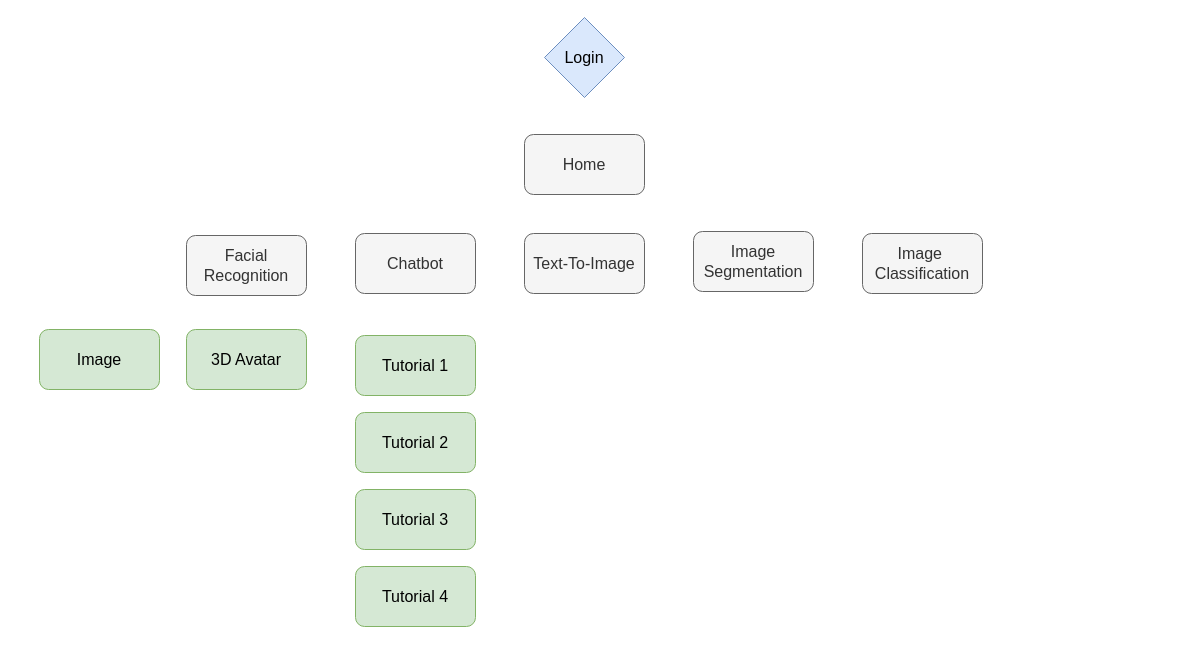
Before: flow-chart.drawio in EricTsai83/drawio, a draw.io diagram. Source tidied: cells renumbered, new cells numbered last; positions are measured from the earlier drawing's top-left corner, leaving out a move shared by most shapes. Both pictures are drawn from the tidied source at 100%, with x=0, y=0 at pixel (39, 17).
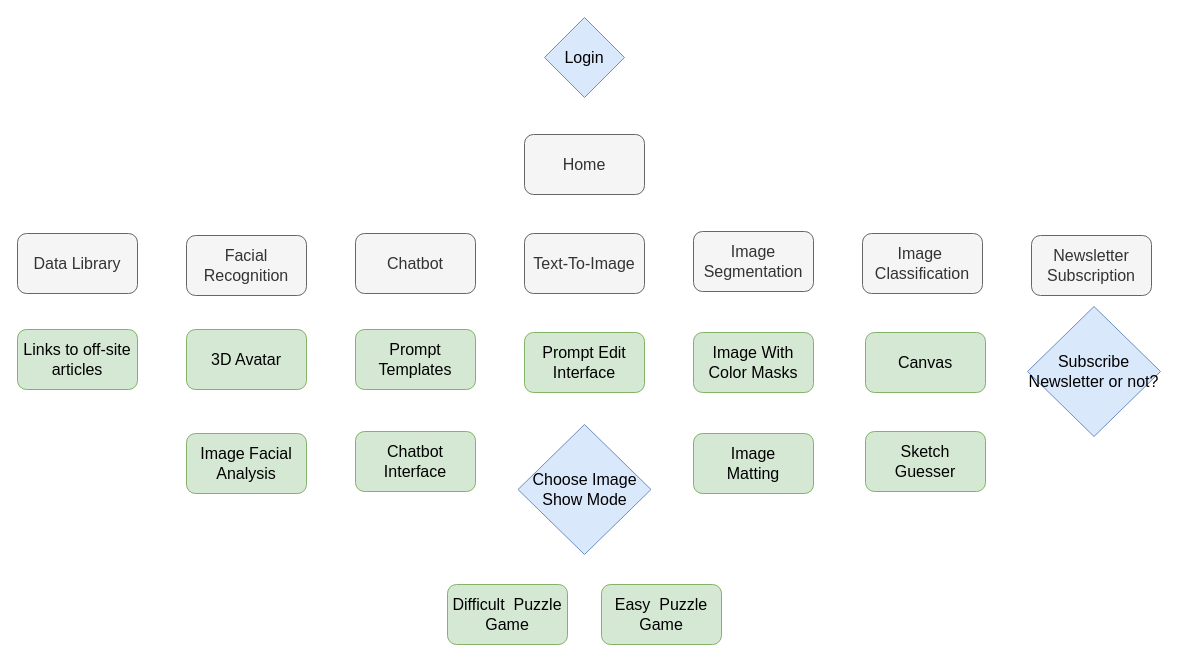
The same page after the edit.

Diff of the diagram source:
```diff
@@
-    <mxCell id="10" value="Image" style="rounded=1;whiteSpace=wrap;html=1;fontSize=16;fillColor=#d5e8d4;strokeColor=#82b366;" parent="1" vertex="1">
-      <mxGeometry y="312" width="120" height="60" as="geometry" />
+    <mxCell id="10" value="Image Facial Analysis" style="rounded=1;whiteSpace=wrap;html=1;fontSize=16;fillColor=#d5e8d4;strokeColor=#82b366;" parent="1" vertex="1">
+      <mxGeometry x="147" y="416" width="120" height="60" as="geometry" />
     </mxCell>
-    <mxCell id="11" value="Tutorial 1" style="rounded=1;whiteSpace=wrap;html=1;fontSize=16;fillColor=#d5e8d4;strokeColor=#82b366;" parent="1" vertex="1">
-      <mxGeometry x="316" y="318" width="120" height="60" as="geometry" />
+    <mxCell id="11" value="&lt;p style=&quot;line-height: 120%;&quot;&gt;&lt;font style=&quot;font-size: 16px;&quot;&gt;Prompt Templates&lt;/font&gt;&lt;br&gt;&lt;/p&gt;" style="rounded=1;whiteSpace=wrap;html=1;fontSize=16;fillColor=#d5e8d4;strokeColor=#82b366;" parent="1" vertex="1">
+      <mxGeometry x="316" y="312" width="120" height="60" as="geometry" />
     </mxCell>
-    <mxCell id="12" value="Tutorial 2" style="rounded=1;whiteSpace=wrap;html=1;fontSize=16;fillColor=#d5e8d4;strokeColor=#82b366;" parent="1" vertex="1">
-      <mxGeometry x="316" y="395" width="120" height="60" as="geometry" />
-    </mxCell>
-    <mxCell id="13" value="Tutorial 3" style="rounded=1;whiteSpace=wrap;html=1;fontSize=16;fillColor=#d5e8d4;strokeColor=#82b366;" parent="1" vertex="1">
-      <mxGeometry x="316" y="472" width="120" height="60" as="geometry" />
-    </mxCell>
-    <mxCell id="14" value="Tutorial 4" style="rounded=1;whiteSpace=wrap;html=1;fontSize=16;fillColor=#d5e8d4;strokeColor=#82b366;" parent="1" vertex="1">
-      <mxGeometry x="316" y="549" width="120" height="60" as="geometry" />
-    </mxCell>
+    <mxCell id="15" value="Difficult&amp;nbsp; Puzzle Game" style="rounded=1;whiteSpace=wrap;html=1;fontSize=16;fillColor=#d5e8d4;strokeColor=#82b366;" parent="1" vertex="1">
+      <mxGeometry x="408" y="567" width="120" height="60" as="geometry" />
+    </mxCell>
+    <mxCell id="16" value="&lt;font style=&quot;font-size: 16px;&quot;&gt;Image With Color Masks&lt;/font&gt;" style="rounded=1;whiteSpace=wrap;html=1;fontSize=16;fillColor=#d5e8d4;strokeColor=#82b366;" parent="1" vertex="1">
+      <mxGeometry x="654" y="315" width="120" height="60" as="geometry" />
+    </mxCell>
+    <mxCell id="17" value="Image &lt;br&gt;Matting" style="rounded=1;whiteSpace=wrap;html=1;fontSize=16;fillColor=#d5e8d4;strokeColor=#82b366;" parent="1" vertex="1">
+      <mxGeometry x="654" y="416" width="120" height="60" as="geometry" />
+    </mxCell>
+    <mxCell id="18" value="&lt;p style=&quot;line-height: 120%;&quot;&gt;&lt;font style=&quot;font-size: 16px;&quot;&gt;Chatbot Interface&lt;/font&gt;&lt;br&gt;&lt;/p&gt;" style="rounded=1;whiteSpace=wrap;html=1;fontSize=16;fillColor=#d5e8d4;strokeColor=#82b366;" parent="1" vertex="1">
+      <mxGeometry x="316" y="414" width="120" height="60" as="geometry" />
+    </mxCell>
+    <mxCell id="19" value="Canvas" style="rounded=1;whiteSpace=wrap;html=1;fontSize=16;fillColor=#d5e8d4;strokeColor=#82b366;" parent="1" vertex="1">
+      <mxGeometry x="826" y="315" width="120" height="60" as="geometry" />
+    </mxCell>
+    <mxCell id="20" value="Newsletter Subscription" style="rounded=1;whiteSpace=wrap;html=1;fontSize=16;fillColor=#f5f5f5;fontColor=#333333;strokeColor=#666666;" parent="1" vertex="1">
+      <mxGeometry x="992" y="218" width="120" height="60" as="geometry" />
+    </mxCell>
+    <mxCell id="21" value="Sketch &lt;br&gt;Guesser" style="rounded=1;whiteSpace=wrap;html=1;fontSize=16;fillColor=#d5e8d4;strokeColor=#82b366;" parent="1" vertex="1">
+      <mxGeometry x="826" y="414" width="120" height="60" as="geometry" />
+    </mxCell>
+    <mxCell id="22" value="&lt;font style=&quot;font-size: 16px;&quot;&gt;Prompt Edit Interface&lt;/font&gt;" style="rounded=1;whiteSpace=wrap;html=1;fontSize=16;fillColor=#d5e8d4;strokeColor=#82b366;" parent="1" vertex="1">
+      <mxGeometry x="485" y="315" width="120" height="60" as="geometry" />
+    </mxCell>
+    <mxCell id="23" value="Choose Image Show Mode" style="rhombus;whiteSpace=wrap;html=1;fontSize=16;fillColor=#dae8fc;strokeColor=#6c8ebf;rounded=0;" parent="1" vertex="1">
+      <mxGeometry x="478.5" y="407" width="133" height="130" as="geometry" />
+    </mxCell>
+    <mxCell id="24" value="Easy&amp;nbsp; Puzzle Game" style="rounded=1;whiteSpace=wrap;html=1;fontSize=16;fillColor=#d5e8d4;strokeColor=#82b366;" parent="1" vertex="1">
+      <mxGeometry x="562" y="567" width="120" height="60" as="geometry" />
+    </mxCell>
+    <mxCell id="25" value="Data Library" style="rounded=1;whiteSpace=wrap;html=1;fontSize=16;fillColor=#f5f5f5;fontColor=#333333;strokeColor=#666666;" parent="1" vertex="1">
+      <mxGeometry x="-22" y="216" width="120" height="60" as="geometry" />
+    </mxCell>
+    <mxCell id="26" value="Links to off-site articles" style="rounded=1;whiteSpace=wrap;html=1;fontSize=16;fillColor=#d5e8d4;strokeColor=#82b366;" parent="1" vertex="1">
+      <mxGeometry x="-22" y="312" width="120" height="60" as="geometry" />
+    </mxCell>
+    <mxCell id="27" value="Subscribe Newsletter or not?" style="rhombus;whiteSpace=wrap;html=1;fontSize=16;fillColor=#dae8fc;strokeColor=#6c8ebf;rounded=0;" parent="1" vertex="1">
+      <mxGeometry x="988" y="289" width="133" height="130" as="geometry" />
+    </mxCell>
```
